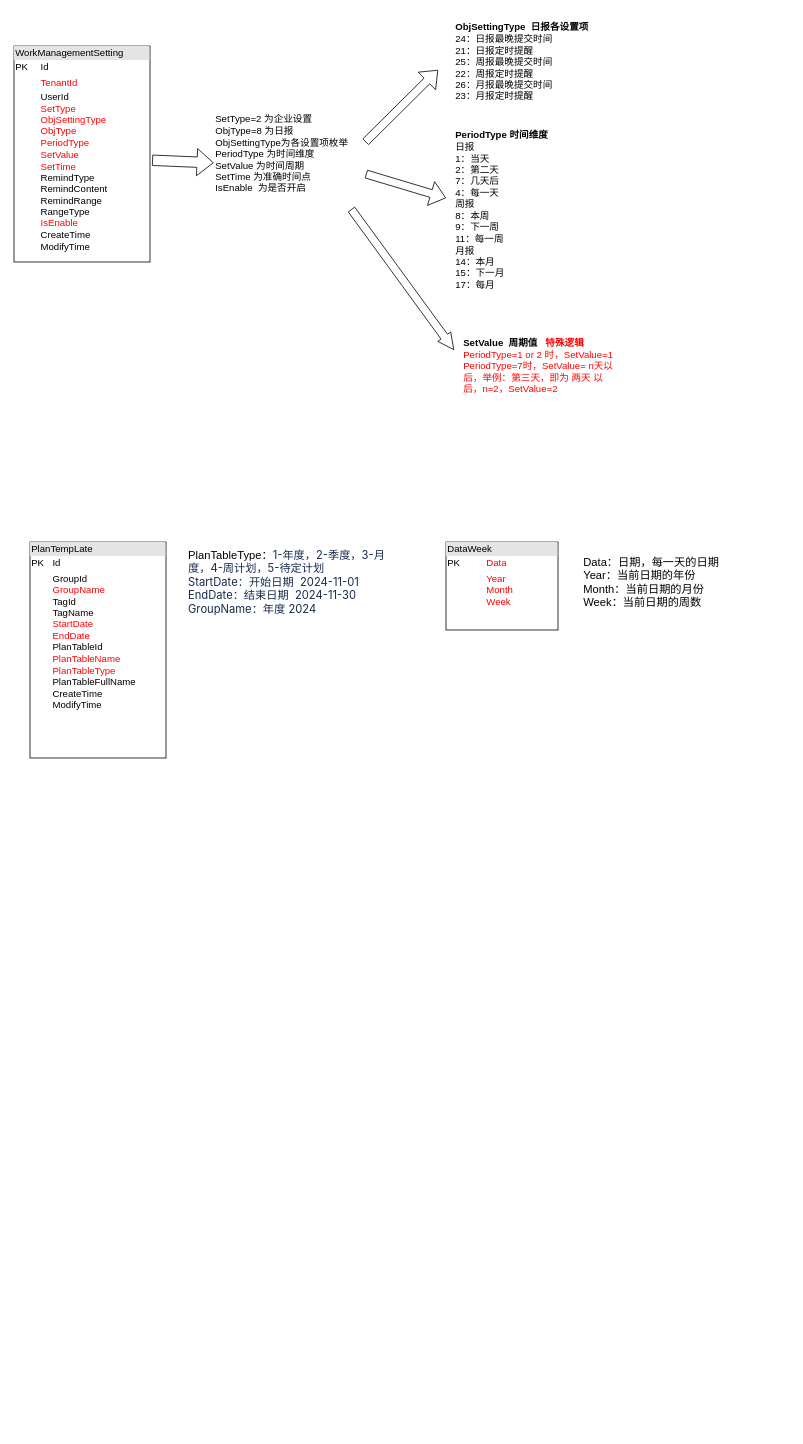
Earlier version of the draw.io diagram 25_01.drawio (mozhu33/Diagrams). Source tidied: cells renumbered, new cells numbered last; positions are measured from the earlier drawing's top-left corner, leaving out a move shared by most shapes. Both pictures are drawn from the tidied source at 80%, with x=0, y=0 at pixel (14, 14).
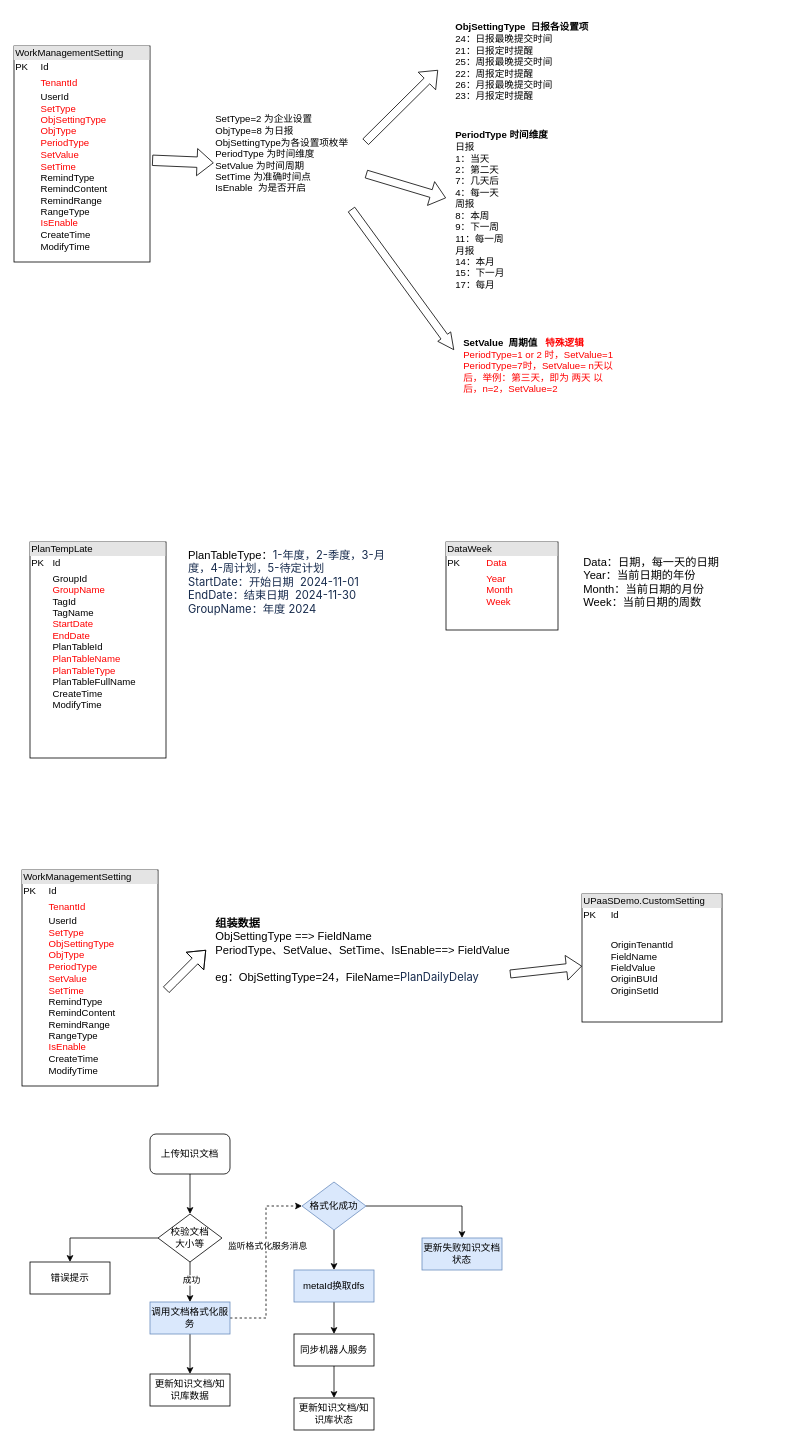
The same page after the edit.

Change to the diagram source:
```diff
@@
+    <mxCell id="15" value="&lt;div style=&quot;box-sizing:border-box;width:100%;background:#e4e4e4;padding:2px;&quot;&gt;WorkManagementSetting&lt;/div&gt;&lt;table style=&quot;width:100%;font-size:1em;&quot; cellpadding=&quot;2&quot; cellspacing=&quot;0&quot;&gt;&lt;tbody&gt;&lt;tr&gt;&lt;td&gt;PK&lt;/td&gt;&lt;td&gt;Id&lt;/td&gt;&lt;/tr&gt;&lt;tr&gt;&lt;td&gt;&lt;br&gt;&lt;/td&gt;&lt;td&gt;&lt;font color=&quot;#ff0000&quot;&gt;TenantId&lt;/font&gt;&lt;/td&gt;&lt;/tr&gt;&lt;tr&gt;&lt;td&gt;&lt;/td&gt;&lt;td&gt;UserId&lt;br&gt;&lt;font color=&quot;#ff0000&quot;&gt;SetType&lt;br&gt;ObjSettingType&lt;br&gt;ObjType&lt;br&gt;PeriodType&lt;br&gt;SetValue&lt;br&gt;SetTime&lt;/font&gt;&lt;br&gt;RemindType&lt;br&gt;RemindContent&lt;br&gt;RemindRange&lt;br&gt;RangeType&lt;br&gt;&lt;font color=&quot;#ff0000&quot;&gt;IsEnable&lt;/font&gt;&lt;br&gt;CreateTime&lt;br&gt;ModifyTime&lt;br&gt;&lt;br&gt;&lt;/td&gt;&lt;/tr&gt;&lt;/tbody&gt;&lt;/table&gt;" style="verticalAlign=top;align=left;overflow=fill;html=1;whiteSpace=wrap;" parent="1" vertex="1">
+      <mxGeometry x="10" y="1070" width="170" height="270" as="geometry" />
+    </mxCell>
+    <mxCell id="16" value="&lt;div style=&quot;box-sizing:border-box;width:100%;background:#e4e4e4;padding:2px;&quot;&gt;UPaaSDemo.CustomSetting&lt;/div&gt;&lt;table style=&quot;width:100%;font-size:1em;&quot; cellpadding=&quot;2&quot; cellspacing=&quot;0&quot;&gt;&lt;tbody&gt;&lt;tr&gt;&lt;td&gt;PK&lt;/td&gt;&lt;td&gt;Id&lt;/td&gt;&lt;/tr&gt;&lt;tr&gt;&lt;td&gt;&lt;br&gt;&lt;/td&gt;&lt;td&gt;&lt;/td&gt;&lt;/tr&gt;&lt;tr&gt;&lt;td&gt;&lt;/td&gt;&lt;td&gt;OriginTenantId&lt;br&gt;FieldName&lt;br&gt;FieldValue&lt;br&gt;OriginBUId&lt;br&gt;OriginSetId&lt;br&gt;&lt;br&gt;&lt;/td&gt;&lt;/tr&gt;&lt;/tbody&gt;&lt;/table&gt;" style="verticalAlign=top;align=left;overflow=fill;html=1;whiteSpace=wrap;" parent="1" vertex="1">
+      <mxGeometry x="710" y="1100" width="175" height="160" as="geometry" />
+    </mxCell>
+    <mxCell id="17" value="&lt;div style=&quot;&quot;&gt;&lt;b&gt;&lt;font style=&quot;font-size: 14px;&quot;&gt;组装数据&lt;/font&gt;&lt;/b&gt;&lt;/div&gt;&lt;div style=&quot;&quot;&gt;&lt;font style=&quot;font-size: 14px;&quot;&gt;ObjSettingType ==&amp;gt; FieldName&lt;/font&gt;&lt;/div&gt;&lt;div style=&quot;&quot;&gt;&lt;font style=&quot;font-size: 14px;&quot;&gt;PeriodType、SetValue、SetTime、IsEnable==&amp;gt; FieldValue&lt;/font&gt;&lt;/div&gt;&lt;div style=&quot;&quot;&gt;&lt;font style=&quot;font-size: 14px;&quot;&gt;&lt;br&gt;&lt;/font&gt;&lt;/div&gt;&lt;div style=&quot;&quot;&gt;&lt;span style=&quot;font-size: 14px;&quot;&gt;eg：ObjSettingType=24，FileName=&lt;/span&gt;&lt;span style=&quot;background-color: rgb(255, 255, 255); color: rgb(23, 43, 77); font-family: -apple-system, BlinkMacSystemFont, &amp;quot;Segoe UI&amp;quot;, Roboto, Oxygen, Ubuntu, &amp;quot;Fira Sans&amp;quot;, &amp;quot;Droid Sans&amp;quot;, &amp;quot;Helvetica Neue&amp;quot;, sans-serif; font-size: 14px;&quot;&gt;PlanDailyDelay&lt;/span&gt;&lt;/div&gt;" style="text;html=1;align=left;verticalAlign=middle;whiteSpace=wrap;rounded=0;strokeColor=none;" parent="1" vertex="1">
+      <mxGeometry x="250" y="1100" width="390" height="140" as="geometry" />
+    </mxCell>
+    <mxCell id="18" style="shape=flexArrow;endArrow=classic;html=1;rounded=0;" parent="1" edge="1">
+      <mxGeometry relative="1" as="geometry">
+        <mxPoint x="190" y="1220" as="sourcePoint" />
+        <mxPoint x="240" y="1170" as="targetPoint" />
+        <Array as="points">
+          <mxPoint x="200" y="1210" />
+        </Array>
+      </mxGeometry>
+    </mxCell>
+    <mxCell id="19" style="shape=flexArrow;endArrow=classic;html=1;rounded=0;entryX=0;entryY=0.563;entryDx=0;entryDy=0;entryPerimeter=0;" parent="1" edge="1" target="16">
+      <mxGeometry relative="1" as="geometry">
+        <mxPoint x="620" y="1200" as="sourcePoint" />
+      </mxGeometry>
+    </mxCell>
+    <mxCell id="20" style="edgeStyle=orthogonalEdgeStyle;rounded=0;jettySize=auto;html=1;" parent="1" edge="1" source="21" target="29">
+      <mxGeometry relative="1" as="geometry" />
+    </mxCell>
+    <mxCell id="21" value="上传知识文档" style="rounded=1;whiteSpace=wrap;html=1;" parent="1" vertex="1">
+      <mxGeometry x="170" y="1400" width="100" height="50" as="geometry" />
+    </mxCell>
+    <mxCell id="22" style="edgeStyle=orthogonalEdgeStyle;rounded=0;jettySize=auto;html=1;" parent="1" edge="1" source="25" target="33">
+      <mxGeometry relative="1" as="geometry" />
+    </mxCell>
+    <mxCell id="23" style="edgeStyle=orthogonalEdgeStyle;rounded=0;jettySize=auto;html=1;entryX=0;entryY=0.5;entryDx=0;entryDy=0;dashed=1;" parent="1" edge="1" source="25" target="36">
+      <mxGeometry relative="1" as="geometry" />
+    </mxCell>
+    <mxCell id="24" value="监听格式化服务消息" style="edgeLabel;html=1;align=center;verticalAlign=middle;" parent="23" vertex="1">
+      <mxGeometry x="0.18" y="-1" relative="1" as="geometry" />
+    </mxCell>
+    <mxCell id="25" value="调用文档格式化服务" style="rounded=0;whiteSpace=wrap;html=1;fillColor=#dae8fc;strokeColor=#6c8ebf;" parent="1" vertex="1">
+      <mxGeometry x="170" y="1610" width="100" height="40" as="geometry" />
+    </mxCell>
+    <mxCell id="26" style="edgeStyle=orthogonalEdgeStyle;rounded=0;jettySize=auto;html=1;" parent="1" edge="1" source="29" target="25">
+      <mxGeometry relative="1" as="geometry" />
+    </mxCell>
+    <mxCell id="27" value="成功" style="edgeLabel;html=1;align=center;verticalAlign=middle;" parent="26" vertex="1">
+      <mxGeometry x="-0.11" y="1" relative="1" as="geometry" />
+    </mxCell>
+    <mxCell id="28" style="edgeStyle=orthogonalEdgeStyle;rounded=0;jettySize=auto;html=1;entryX=0.5;entryY=0;entryDx=0;entryDy=0;" parent="1" edge="1" source="29" target="32">
+      <mxGeometry relative="1" as="geometry" />
+    </mxCell>
+    <mxCell id="29" value="校验文档&lt;div&gt;大小等&lt;/div&gt;" style="rhombus;whiteSpace=wrap;html=1;" parent="1" vertex="1">
+      <mxGeometry x="180" y="1500" width="80" height="60" as="geometry" />
+    </mxCell>
+    <mxCell id="30" style="edgeStyle=orthogonalEdgeStyle;rounded=0;jettySize=auto;html=1;" parent="1" edge="1" source="31" target="38">
+      <mxGeometry relative="1" as="geometry" />
+    </mxCell>
+    <mxCell id="31" value="同步机器人服务" style="rounded=0;whiteSpace=wrap;html=1;" parent="1" vertex="1">
+      <mxGeometry x="350" y="1650" width="100" height="40" as="geometry" />
+    </mxCell>
+    <mxCell id="32" value="错误提示" style="rounded=0;whiteSpace=wrap;html=1;" parent="1" vertex="1">
+      <mxGeometry x="20" y="1560" width="100" height="40" as="geometry" />
+    </mxCell>
+    <mxCell id="33" value="更新知识文档/知识库数据" style="rounded=0;whiteSpace=wrap;html=1;" parent="1" vertex="1">
+      <mxGeometry x="170" y="1700" width="100" height="40" as="geometry" />
+    </mxCell>
+    <mxCell id="34" style="edgeStyle=orthogonalEdgeStyle;rounded=0;jettySize=auto;html=1;entryX=0.5;entryY=0;entryDx=0;entryDy=0;" parent="1" edge="1" source="36" target="37">
+      <mxGeometry relative="1" as="geometry" />
+    </mxCell>
+    <mxCell id="35" style="edgeStyle=orthogonalEdgeStyle;rounded=0;jettySize=auto;html=1;" parent="1" edge="1" source="36" target="40">
+      <mxGeometry relative="1" as="geometry" />
+    </mxCell>
+    <mxCell id="36" value="格式化成功" style="rhombus;whiteSpace=wrap;html=1;fillColor=#dae8fc;strokeColor=#6c8ebf;" parent="1" vertex="1">
+      <mxGeometry x="360" y="1460" width="80" height="60" as="geometry" />
+    </mxCell>
+    <mxCell id="37" value="更新失败知识文档状态" style="rounded=0;whiteSpace=wrap;html=1;fillColor=#dae8fc;strokeColor=#6c8ebf;" parent="1" vertex="1">
+      <mxGeometry x="510" y="1530" width="100" height="40" as="geometry" />
+    </mxCell>
+    <mxCell id="38" value="更新知识文档/知识库状态" style="rounded=0;whiteSpace=wrap;html=1;" parent="1" vertex="1">
+      <mxGeometry x="350" y="1730" width="100" height="40" as="geometry" />
+    </mxCell>
+    <mxCell id="39" style="edgeStyle=orthogonalEdgeStyle;rounded=0;jettySize=auto;html=1;" parent="1" edge="1" source="40" target="31">
+      <mxGeometry relative="1" as="geometry" />
+    </mxCell>
+    <mxCell id="40" value="metaId换取dfs" style="rounded=0;whiteSpace=wrap;html=1;fillColor=#dae8fc;strokeColor=#6c8ebf;" parent="1" vertex="1">
+      <mxGeometry x="350" y="1570" width="100" height="40" as="geometry" />
+    </mxCell>
```
